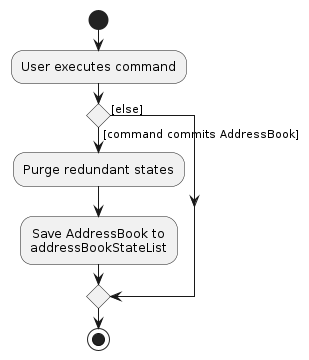
Before: docs/images/CommitActivityDiagram.png, a diagram exported from PlantUML (se-edu/addressbook-level3). The source it was exported from:
```plantuml
@startuml
!include style.puml

start
:User executes command;


if () then ([command commits AddressBook])
    :Purge redundant states;
    :Save AddressBook to
    addressBookStateList;
else ([else])
endif
stop
@enduml
```
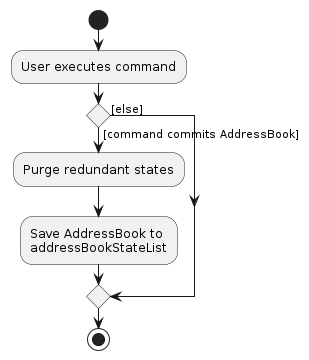
Later version of the same file.

Change to the diagram source:
```diff
@@ -1,6 +1,4 @@
 @startuml
-!include style.puml
-
 start
 :User executes command;
 
```
